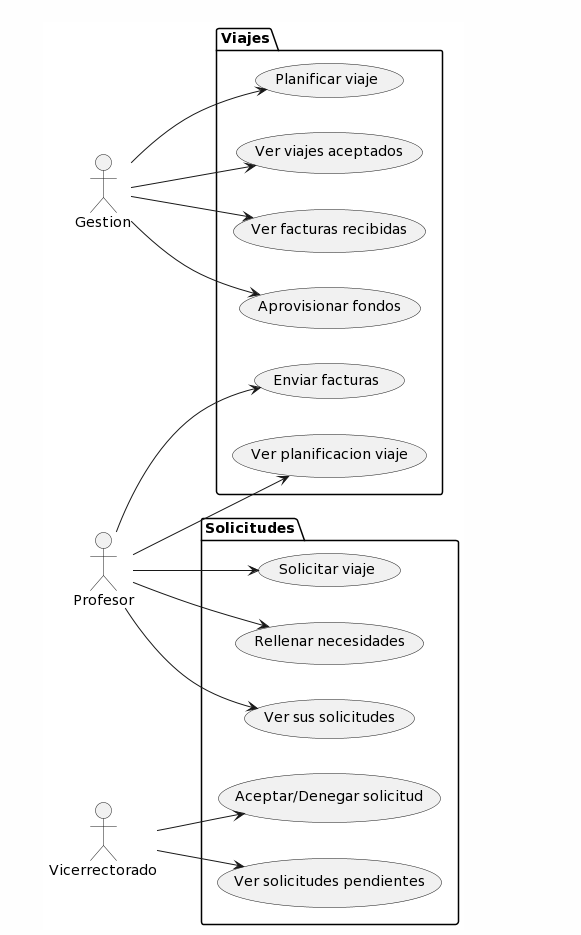
Before: 000-entregas/Grupo3/casosdeusos/CasosDeUsos.png, a diagram exported from PlantUML (mmasias/IdSw1-22-23). Its source is kept beside it as 000-entregas/Grupo3/casosdeusos/CasosDeUsos.puml. Source of this version:
```plantuml
@startuml
left to right direction

package Solicitudes {
  usecase "Ver sus solicitudes" as S_P_VS
  usecase "Ver solicitudes pendientes" as S_V_VS
  usecase "Aceptar/Denegar solicitud" as S_V_AC
  usecase "Solicitar viaje" as S_P_S
  usecase "Rellenar necesidades" as S_P_R
}

package Viajes {
  usecase "Enviar facturas" as V_P_EF
  usecase "Ver facturas recibidas" as V_G_VF
  usecase "Aprovisionar fondos" as V_G_AF
  usecase "Planificar viaje" as V_G_PV
  usecase "Ver planificacion viaje" AS V_P_VP
  usecase "Ver viajes aceptados" AS V_G_VA
}

actor "Gestion" as G
actor "Profesor" as P
actor "Vicerrectorado" as V

V --> S_V_VS
V --> S_V_AC

P --> S_P_VS
P --> S_P_S
P --> S_P_R
P --> V_P_EF
P --> V_P_VP

G --> V_G_VA
G --> V_G_VF
G --> V_G_AF
G --> V_G_PV

@enduml
```
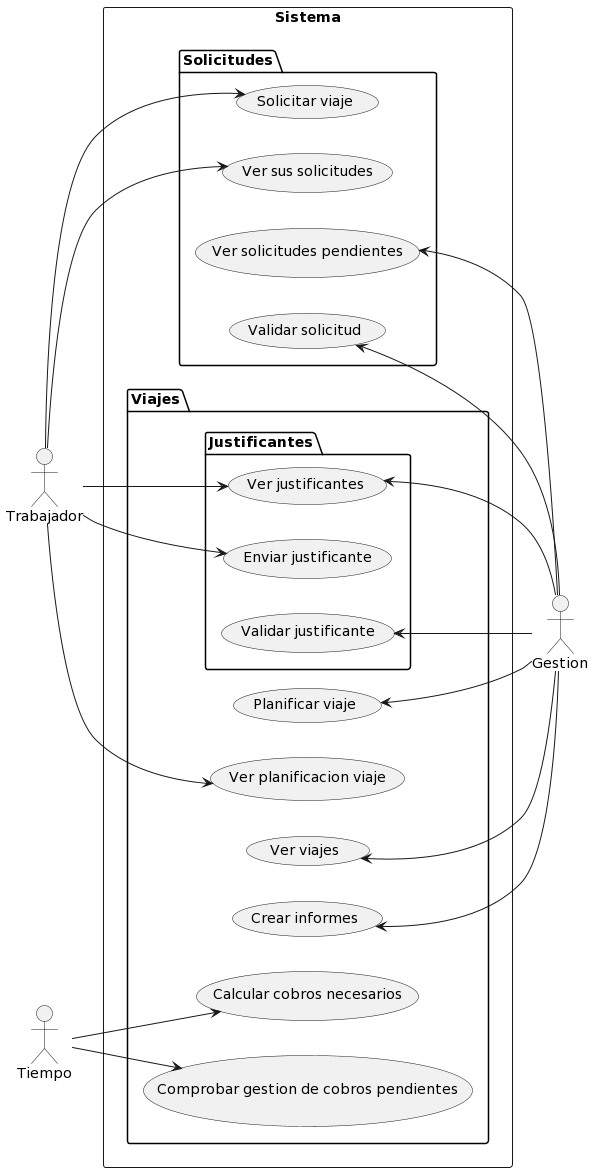
Later version of the same file.

What changed in the source:
```diff
@@ -1,39 +1,47 @@
 @startuml
 left to right direction
 
-package Solicitudes {
-  usecase "Ver sus solicitudes" as S_P_VS
-  usecase "Ver solicitudes pendientes" as S_V_VS
-  usecase "Aceptar/Denegar solicitud" as S_V_AC
-  usecase "Solicitar viaje" as S_P_S
-  usecase "Rellenar necesidades" as S_P_R
+actor "Gestion" as G
+actor "Trabajador" as P
+actor "Tiempo" as T
+
+rectangle Sistema {
+    package Solicitudes {
+      usecase "Solicitar viaje" as S_P_S
+      usecase "Ver sus solicitudes" as S_P_VS
+      usecase "Ver solicitudes pendientes" as S_V_VS
+      usecase "Validar solicitud" as S_V_AC
+   }
+    package Viajes {
+      package Justificantes {
+           usecase "Ver justificantes" as VJ_GP_VJ
+           usecase "Enviar justificante" as VJ_P_EJ
+           usecase "Validar justificante" as VJ_G_VJ
+      }
+      usecase "Planificar viaje" as V_G_PV
+      usecase "Ver planificacion viaje" as V_P_VP
+      usecase "Ver viajes" as V_G_VV
+      usecase "Crear informes" as V_G_CI
+      usecase "Calcular cobros necesarios" as V_T_CCN
+      usecase "Comprobar gestion de cobros pendientes" as V_T_CGC
+    }
 }
 
-package Viajes {
-  usecase "Enviar facturas" as V_P_EF
-  usecase "Ver facturas recibidas" as V_G_VF
-  usecase "Aprovisionar fondos" as V_G_AF
-  usecase "Planificar viaje" as V_G_PV
-  usecase "Ver planificacion viaje" AS V_P_VP
-  usecase "Ver viajes aceptados" AS V_G_VA
-}
-
-actor "Gestion" as G
-actor "Profesor" as P
-actor "Vicerrectorado" as V
-
-V --> S_V_VS
-V --> S_V_AC
+G --> S_V_VS
+G --> S_V_AC
 
 P --> S_P_VS
 P --> S_P_S
-P --> S_P_R
-P --> V_P_EF
+P --> VJ_GP_VJ
 P --> V_P_VP
+P --> VJ_P_EJ
 
-G --> V_G_VA
-G --> V_G_VF
-G --> V_G_AF
-G --> V_G_PV
+T --> V_T_CCN
+T --> V_T_CGC
 
+V_G_VV <-- G
+V_G_PV <-- G
+VJ_G_VJ <-- G
+V_G_CI <-- G
+VJ_GP_VJ <-- G
 @enduml
```
